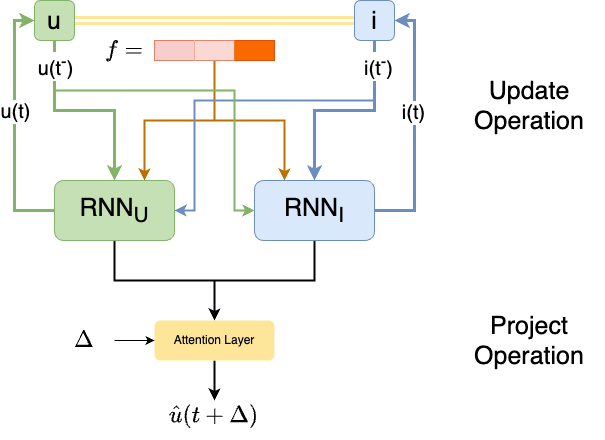
Above: figures/04_JODIE.png in AnnaJiang1308/TUM-Thesis-for-Informatics-Template (draw.io), before the change. Source tidied: cells renumbered, new cells last; positions are measured from the earlier drawing's top-left corner, leaving out a move shared by most shapes.
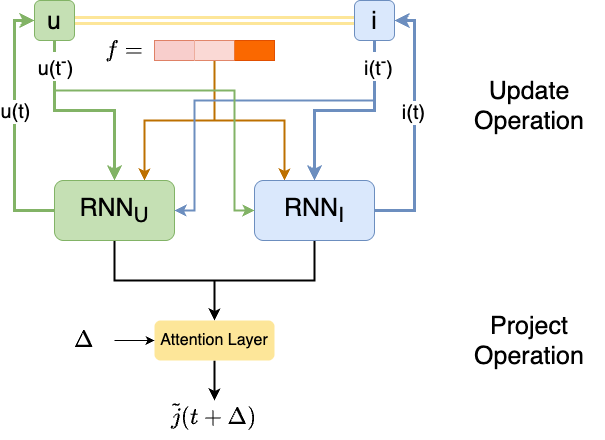
Later version of the same file.

What changed in the source:
```diff
@@ -117,7 +117,7 @@
     <mxCell id="27" style="edgeStyle=orthogonalEdgeStyle;rounded=0;jettySize=auto;html=1;entryX=0.5;entryY=0;entryDx=0;entryDy=0;fontSize=20;strokeWidth=2;" parent="1" edge="1" source="28" target="31">
       <mxGeometry relative="1" as="geometry" />
     </mxCell>
-    <mxCell id="28" value="Attention Layer" style="whiteSpace=wrap;html=1;rounded=1;fillColor=#FDE699;strokeColor=none;" parent="1" vertex="1">
+    <mxCell id="28" value="&lt;font style=&quot;font-size: 16px;&quot;&gt;Attention Layer&lt;/font&gt;" style="whiteSpace=wrap;html=1;rounded=1;fillColor=#FDE699;strokeColor=none;" parent="1" vertex="1">
       <mxGeometry x="140" y="320" width="120" height="40" as="geometry" />
     </mxCell>
     <mxCell id="29" style="edgeStyle=orthogonalEdgeStyle;rounded=0;jettySize=auto;html=1;entryX=0;entryY=0.5;entryDx=0;entryDy=0;" parent="1" edge="1" source="30" target="28">
@@ -126,7 +126,7 @@
     <mxCell id="30" value="&lt;span style=&quot;font-size: 20px;&quot;&gt;$$\Delta$$&lt;/span&gt;" style="text;html=1;align=center;verticalAlign=middle;whiteSpace=wrap;rounded=0;" parent="1" vertex="1">
       <mxGeometry x="40" y="325" width="60" height="30" as="geometry" />
     </mxCell>
-    <mxCell id="31" value="&lt;font style=&quot;font-size: 20px;&quot;&gt;$$\hat{u}(t+ \Delta)$$&lt;/font&gt;" style="text;html=1;align=center;verticalAlign=middle;whiteSpace=wrap;rounded=0;" parent="1" vertex="1">
+    <mxCell id="31" value="&lt;font style=&quot;font-size: 20px;&quot;&gt;$$\widetilde{j}(t+ \Delta)$$&lt;/font&gt;" style="text;html=1;align=center;verticalAlign=middle;whiteSpace=wrap;rounded=0;" parent="1" vertex="1">
       <mxGeometry x="135" y="400" width="130" height="30" as="geometry" />
     </mxCell>
     <mxCell id="32" value="&lt;div style=&quot;&quot;&gt;&lt;div&gt;&lt;span style=&quot;font-size: 25px; background-color: initial;&quot;&gt;Update&lt;/span&gt;&lt;/div&gt;&lt;div style=&quot;font-size: 25px;&quot;&gt;Operation&lt;/div&gt;&lt;/div&gt;" style="text;html=1;align=center;verticalAlign=middle;whiteSpace=wrap;rounded=0;" parent="1" vertex="1">
```
